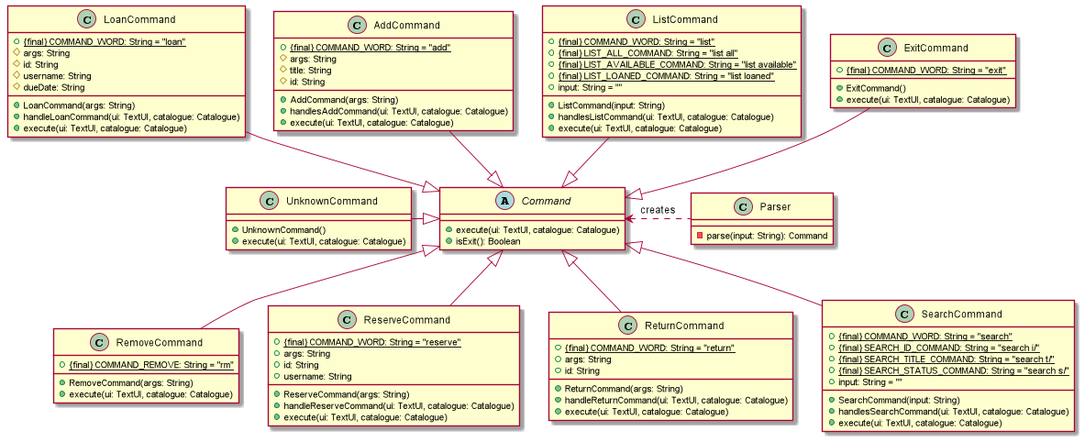
Before: docs/img/ParserAndCommandClassDiagram.png, a diagram exported from PlantUML (nus-cs2113-AY2122S1/tp).
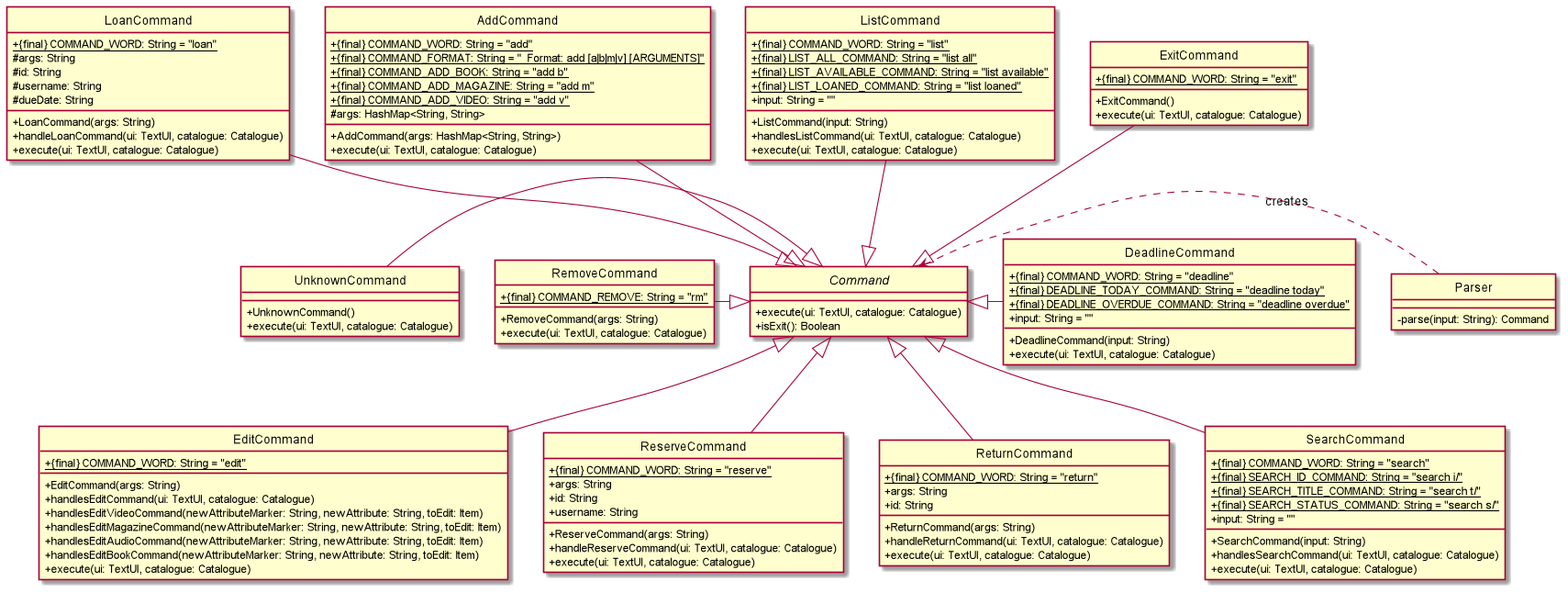
Later version of the same file.

Commit message:
Replace image with updated UML diagram

What changed in the source:
```diff
@@ -1,15 +1,20 @@
 @startuml
+
+hide circle
+skinparam classAttributeIconSize 0
 
 Command <|-up- ExitCommand
 Command <|-up- ListCommand
 Command <|-up- AddCommand
 Command <|-up- LoanCommand
-Command <|-- RemoveCommand
+Command <|-- EditCommand
+Command <|-left- RemoveCommand
 Command <|-- ReserveCommand
 Command <|-- ReturnCommand
 Command <|-- SearchCommand
 Command <|-left- UnknownCommand
 Command <.right. Parser: creates
+Command <|-right- DeadlineCommand
 
 class Parser {
 - parse(input: String): Command
@@ -22,17 +27,38 @@
 
 class AddCommand {
 + {static} {final} COMMAND_WORD: String = "add"
-# args: String
-# title: String
-# id: String
-+ AddCommand(args: String)
-+ handlesAddCommand(ui: TextUI, catalogue: Catalogue)
++ {static} {final} COMMAND_FORMAT: String = "  Format: add [a|b|m|v] [ARGUMENTS]"
++ {static} {final} COMMAND_ADD_BOOK: String = "add b"
++ {static} {final} COMMAND_ADD_MAGAZINE: String = "add m"
++ {static} {final} COMMAND_ADD_VIDEO: String = "add v"
+# args: HashMap<String, String>
++ AddCommand(args: HashMap<String, String>)
++ execute(ui: TextUI, catalogue: Catalogue)
+}
+
+class EditCommand {
++ {static} {final} COMMAND_WORD: String = "edit"
++ EditCommand(args: String)
++ handlesEditCommand(ui: TextUI, catalogue: Catalogue)
++ handlesEditVideoCommand(newAttributeMarker: String, newAttribute: String, toEdit: Item)
++ handlesEditMagazineCommand(newAttributeMarker: String, newAttribute: String, toEdit: Item)
++ handlesEditAudioCommand(newAttributeMarker: String, newAttribute: String, toEdit: Item)
++ handlesEditBookCommand(newAttributeMarker: String, newAttribute: String, toEdit: Item)
 + execute(ui: TextUI, catalogue: Catalogue)
 }
 
 class ExitCommand {
 + {static} {final} COMMAND_WORD: String = "exit"
 + ExitCommand()
++ execute(ui: TextUI, catalogue: Catalogue)
+}
+
+class DeadlineCommand {
++ {static} {final} COMMAND_WORD: String = "deadline"
++ {static} {final} DEADLINE_TODAY_COMMAND: String = "deadline today"
++ {static} {final} DEADLINE_OVERDUE_COMMAND: String = "deadline overdue"
++ input: String = ""
++ DeadlineCommand(input: String)
 + execute(ui: TextUI, catalogue: Catalogue)
 }
 
```
